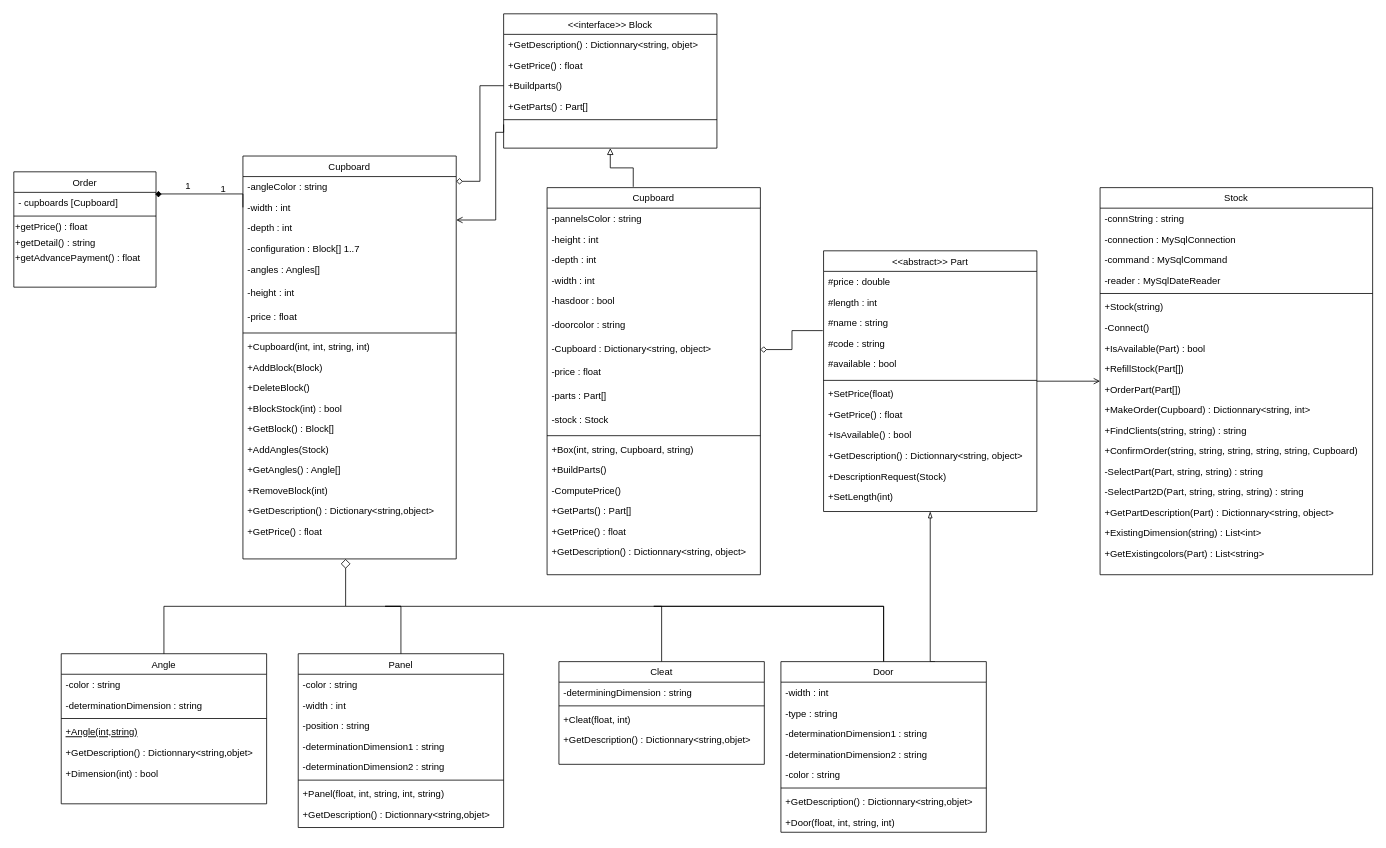
This is ClassDiagram.drawio from jeremytrips/KitBox, a draw.io file, before an edit. Source tidied: cells renumbered, new cells numbered last; positions are measured from the earlier drawing's top-left corner, leaving out a move shared by most shapes. Both pictures are drawn from the tidied source at 79%, with x=0, y=0 at pixel (13, 13).
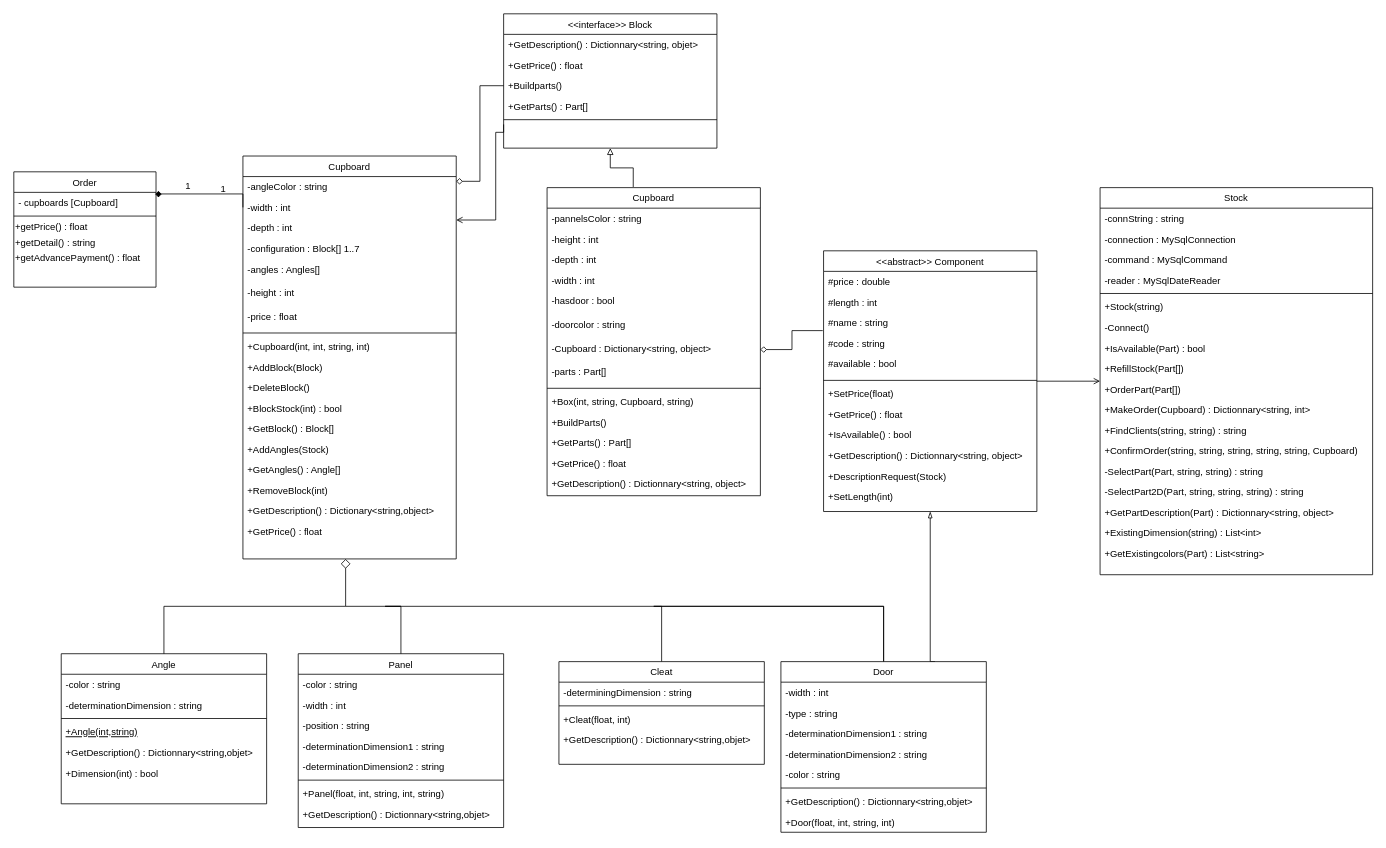
The same page after the edit.

Commit message (it also covers changes not shown here):
Improving class

Diff of the diagram source:
```diff
@@
     <mxCell id="70" value="Cupboard" style="swimlane;fontStyle=0;align=center;verticalAlign=top;horizontal=1;startSize=26;rounded=0;shadow=0;strokeWidth=1;" parent="1" vertex="1">
-      <mxGeometry x="675" y="220" width="270" height="490" as="geometry" />
+      <mxGeometry x="675" y="220" width="270" height="390" as="geometry" />
     </mxCell>
@@
-    <mxCell id="78" value="-price : float" style="text;align=left;verticalAlign=top;spacingLeft=4;spacingRight=4;overflow=hidden;rounded=0;shadow=0;html=0;" parent="70" vertex="1">
-      <mxGeometry y="220" width="270" height="30" as="geometry" />
-    </mxCell>
     <mxCell id="79" value="-parts : Part[]" style="text;align=left;verticalAlign=top;spacingLeft=4;spacingRight=4;overflow=hidden;rounded=0;shadow=0;html=0;" parent="70" vertex="1">
-      <mxGeometry y="250" width="270" height="30" as="geometry" />
+      <mxGeometry y="220" width="270" height="30" as="geometry" />
     </mxCell>
-    <mxCell id="80" value="-stock : Stock" style="text;align=left;verticalAlign=top;spacingLeft=4;spacingRight=4;overflow=hidden;rounded=0;shadow=0;html=0;" parent="70" vertex="1">
-      <mxGeometry y="280" width="270" height="30" as="geometry" />
-    </mxCell>
     <mxCell id="81" style="line;html=1;strokeWidth=1;align=left;verticalAlign=middle;spacingTop=-1;spacingLeft=3;spacingRight=3;labelPosition=right;" parent="70" vertex="1">
-      <mxGeometry y="310" width="270" height="8" as="geometry" />
+      <mxGeometry y="250" width="270" height="8" as="geometry" />
     </mxCell>
     <mxCell id="82" value="+Box(int, string, Cupboard, string)" style="text;align=left;verticalAlign=top;spacingLeft=4;spacingRight=4;overflow=hidden;" parent="70" vertex="1">
-      <mxGeometry y="318" width="270" height="26" as="geometry" />
+      <mxGeometry y="258" width="270" height="26" as="geometry" />
     </mxCell>
     <mxCell id="83" value="+BuildParts()" style="text;align=left;verticalAlign=top;spacingLeft=4;spacingRight=4;overflow=hidden;" parent="70" vertex="1">
-      <mxGeometry y="344" width="270" height="26" as="geometry" />
+      <mxGeometry y="284" width="270" height="26" as="geometry" />
     </mxCell>
-    <mxCell id="84" value="-ComputePrice()" style="text;align=left;verticalAlign=top;spacingLeft=4;spacingRight=4;overflow=hidden;" parent="70" vertex="1">
-      <mxGeometry y="370" width="270" height="26" as="geometry" />
-    </mxCell>
     <mxCell id="85" value="+GetParts() : Part[]" style="text;align=left;verticalAlign=top;spacingLeft=4;spacingRight=4;overflow=hidden;" parent="70" vertex="1">
-      <mxGeometry y="396" width="270" height="26" as="geometry" />
+      <mxGeometry y="310" width="270" height="26" as="geometry" />
     </mxCell>
     <mxCell id="86" value="+GetPrice() : float" style="text;align=left;verticalAlign=top;spacingLeft=4;spacingRight=4;overflow=hidden;" parent="70" vertex="1">
-      <mxGeometry y="422" width="270" height="26" as="geometry" />
+      <mxGeometry y="336" width="270" height="26" as="geometry" />
     </mxCell>
     <mxCell id="87" value="+GetDescription() : Dictionnary&lt;string, object&gt;" style="text;align=left;verticalAlign=top;spacingLeft=4;spacingRight=4;overflow=hidden;" parent="70" vertex="1">
-      <mxGeometry y="448" width="270" height="26" as="geometry" />
+      <mxGeometry y="362" width="270" height="26" as="geometry" />
     </mxCell>
@@
-    <mxCell id="89" value="&lt;&lt;abstract&gt;&gt; Part" style="swimlane;fontStyle=0;align=center;verticalAlign=top;horizontal=1;startSize=26;rounded=0;shadow=0;strokeWidth=1;" parent="1" vertex="1">
+    <mxCell id="89" value="&lt;&lt;abstract&gt;&gt; Component" style="swimlane;fontStyle=0;align=center;verticalAlign=top;horizontal=1;startSize=26;rounded=0;shadow=0;strokeWidth=1;" parent="1" vertex="1">
       <mxGeometry x="1025" y="300" width="270" height="330" as="geometry" />
     </mxCell>
```
